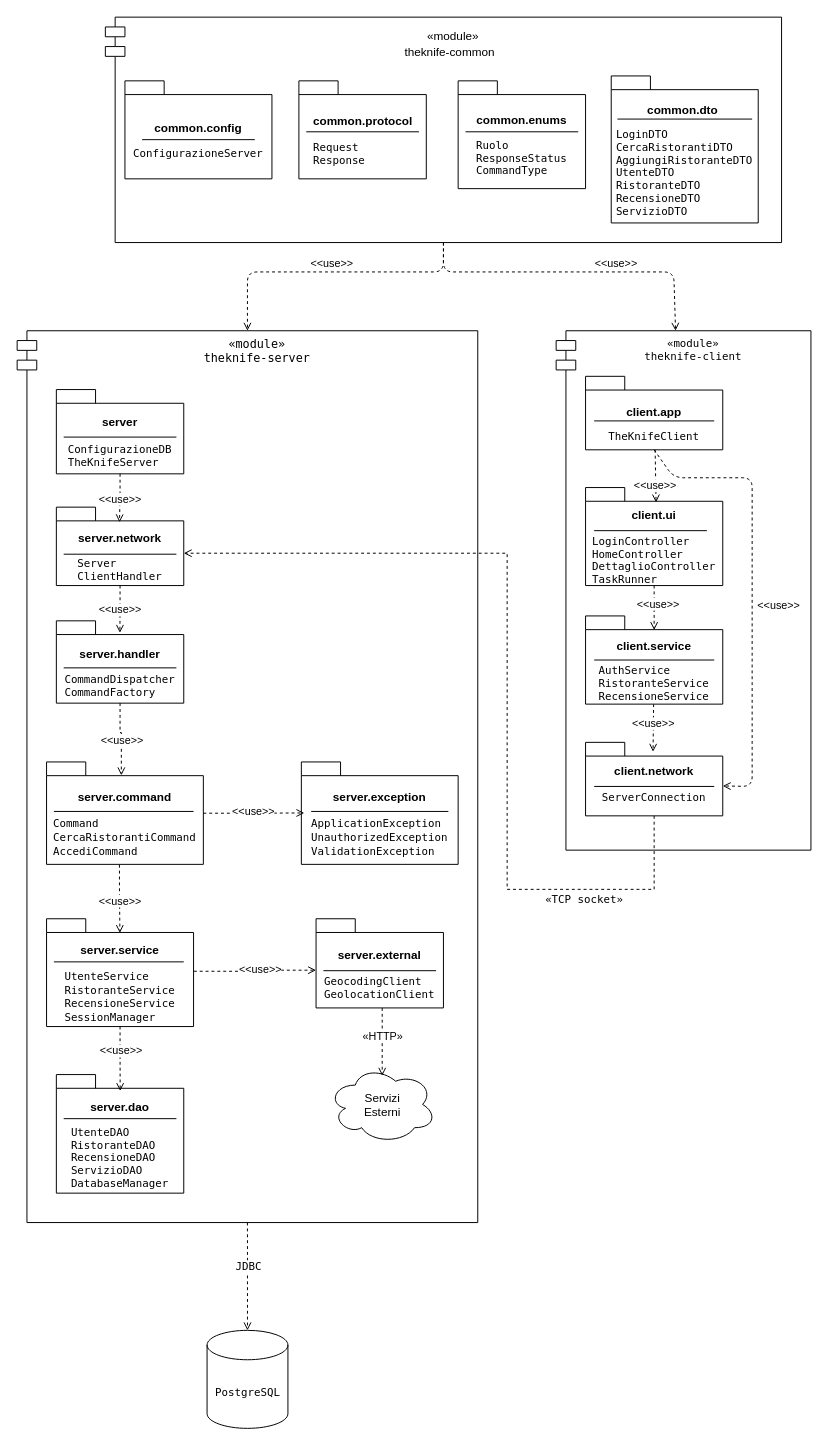
Earlier version of the draw.io diagram Progettazione/1_Doc. Conclusi/Diagrammi/PackageDiagram.drawio (FloshDev/TheKnife-B). Source tidied: cells renumbered, new cells numbered last; positions are measured from the earlier drawing's top-left corner, leaving out a move shared by most shapes. Both pictures are drawn from the tidied source at 98%, with x=0, y=0 at pixel (17, 17).
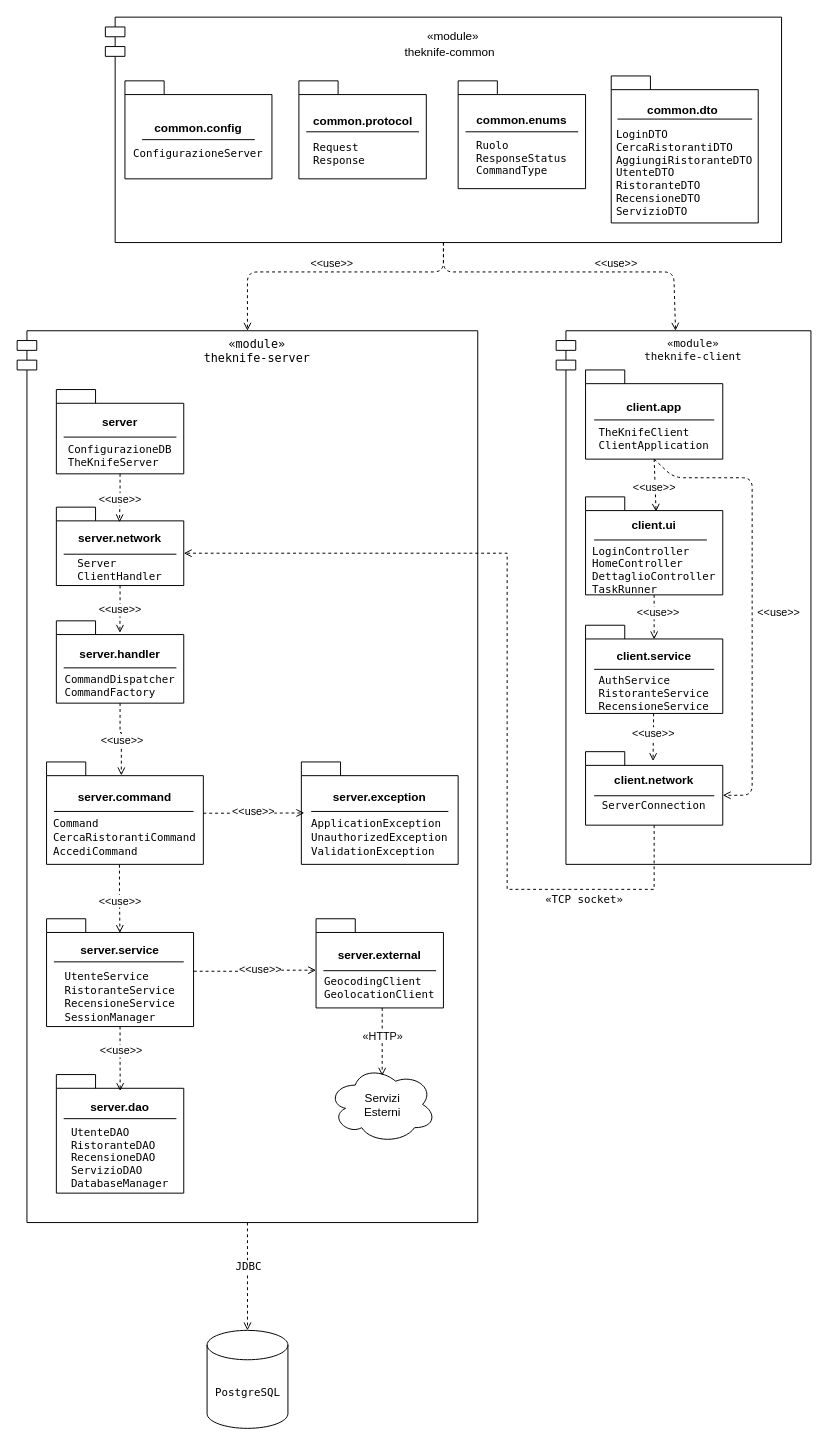
After the change.

Change to the diagram source:
```diff
@@
     <mxCell id="10" value="&lt;p class=&quot;p1&quot; style=&quot;margin: 0px; font-style: normal; font-variant: normal; font-size-adjust: none; font-language-override: normal; font-kerning: auto; font-optical-sizing: auto; font-feature-settings: normal; font-variation-settings: normal; font-stretch: normal; font-size: 11px; line-height: normal; font-family: Menlo;&quot;&gt;&lt;span class=&quot;s1&quot; style=&quot;font-variant-ligatures: no-common-ligatures;&quot;&gt;«module»&lt;/span&gt;&lt;/p&gt;&lt;p class=&quot;p1&quot; style=&quot;margin: 0px; font-style: normal; font-variant: normal; font-size-adjust: none; font-language-override: normal; font-kerning: auto; font-optical-sizing: auto; font-feature-settings: normal; font-variation-settings: normal; font-stretch: normal; font-size: 11px; line-height: normal; font-family: Menlo;&quot;&gt;&lt;span class=&quot;s1&quot; style=&quot;font-variant-ligatures: no-common-ligatures;&quot;&gt;theknife-client&lt;/span&gt;&lt;/p&gt;" style="shape=module;align=center;spacingLeft=20;align=center;verticalAlign=top;whiteSpace=wrap;html=1;fontFamily=Helvetica;fontSize=12;fontColor=default;fontStyle=0;" parent="1" vertex="1">
-      <mxGeometry x="550" y="320" width="260" height="530" as="geometry" />
+      <mxGeometry x="550" y="320" width="260" height="544.5" as="geometry" />
     </mxCell>
@@
     <mxCell id="13" value="&lt;p&gt;client.ui&lt;/p&gt;&lt;p class=&quot;p1&quot; style=&quot;margin: 0px; font: 400 11px Menlo; text-align: start;&quot;&gt;&lt;span class=&quot;s1&quot; style=&quot;font-variant-ligatures: no-common-ligatures;&quot;&gt;LoginController&lt;/span&gt;&lt;/p&gt;&lt;p class=&quot;p1&quot; style=&quot;margin: 0px; font: 400 11px Menlo; text-align: start;&quot;&gt;&lt;span class=&quot;s1&quot; style=&quot;font-variant-ligatures: no-common-ligatures;&quot;&gt;HomeController&lt;/span&gt;&lt;/p&gt;&lt;p class=&quot;p1&quot; style=&quot;margin: 0px; font: 400 11px Menlo; text-align: start;&quot;&gt;&lt;span class=&quot;s1&quot; style=&quot;font-variant-ligatures: no-common-ligatures;&quot;&gt;DettaglioController&lt;br&gt;TaskRunner&lt;/span&gt;&lt;/p&gt;" style="shape=folder;fontStyle=1;spacingTop=10;tabWidth=40;tabHeight=14;tabPosition=left;html=1;whiteSpace=wrap;" parent="1" vertex="1">
-      <mxGeometry x="580" y="480" width="140" height="100" as="geometry" />
+      <mxGeometry x="580" y="489.5" width="140" height="100" as="geometry" />
     </mxCell>
     <mxCell id="14" style="line;strokeWidth=1;fillColor=none;align=left;verticalAlign=middle;spacingTop=-1;spacingLeft=3;spacingRight=3;labelPosition=right;strokeColor=inherit;" parent="1" vertex="1">
-      <mxGeometry x="588.8" y="520" width="115" height="8" as="geometry" />
+      <mxGeometry x="588.8" y="529.5" width="115" height="8" as="geometry" />
     </mxCell>
@@
     <mxCell id="17" value="&lt;p&gt;client.service&lt;/p&gt;&lt;p class=&quot;p1&quot; style=&quot;margin: 0px; font: 400 11px Menlo; text-align: start;&quot;&gt;&lt;span class=&quot;s1&quot; style=&quot;font-variant-ligatures: no-common-ligatures;&quot;&gt;AuthService&lt;/span&gt;&lt;/p&gt;&lt;p class=&quot;p1&quot; style=&quot;margin: 0px; font: 400 11px Menlo; text-align: start;&quot;&gt;&lt;span class=&quot;s1&quot; style=&quot;font-variant-ligatures: no-common-ligatures;&quot;&gt;RistoranteService&lt;/span&gt;&lt;/p&gt;&lt;p class=&quot;p1&quot; style=&quot;margin: 0px; font: 400 11px Menlo; text-align: start;&quot;&gt;&lt;span style=&quot;font-variant-ligatures: no-common-ligatures; background-color: transparent; color: light-dark(rgb(0, 0, 0), rgb(255, 255, 255));&quot;&gt;RecensioneService&lt;/span&gt;&lt;/p&gt;" style="shape=folder;fontStyle=1;spacingTop=10;tabWidth=40;tabHeight=14;tabPosition=left;html=1;whiteSpace=wrap;" parent="1" vertex="1">
-      <mxGeometry x="580" y="611" width="140" height="90" as="geometry" />
+      <mxGeometry x="580" y="620.5" width="140" height="90" as="geometry" />
     </mxCell>
     <mxCell id="18" style="line;strokeWidth=1;fillColor=none;align=left;verticalAlign=middle;spacingTop=-1;spacingLeft=3;spacingRight=3;labelPosition=right;strokeColor=inherit;" parent="1" vertex="1">
-      <mxGeometry x="588.8" y="652" width="122.5" height="8" as="geometry" />
+      <mxGeometry x="588.8" y="661.5" width="122.5" height="8" as="geometry" />
     </mxCell>
     <mxCell id="19" value="&lt;p&gt;client.network&lt;/p&gt;&lt;p class=&quot;p1&quot; style=&quot;margin: 0px; font: 400 11px Menlo; text-align: start;&quot;&gt;&lt;span class=&quot;s1&quot; style=&quot;font-variant-ligatures: no-common-ligatures;&quot;&gt;ServerConnection&lt;br&gt;&lt;br&gt;&lt;/span&gt;&lt;/p&gt;" style="shape=folder;fontStyle=1;spacingTop=10;tabWidth=40;tabHeight=14;tabPosition=left;html=1;whiteSpace=wrap;" parent="1" vertex="1">
-      <mxGeometry x="580" y="740" width="140" height="75" as="geometry" />
+      <mxGeometry x="580" y="749.5" width="140" height="75" as="geometry" />
     </mxCell>
     <mxCell id="20" style="line;strokeWidth=1;fillColor=none;align=left;verticalAlign=middle;spacingTop=-1;spacingLeft=3;spacingRight=3;labelPosition=right;strokeColor=inherit;" parent="1" vertex="1">
-      <mxGeometry x="588.8" y="781" width="122.5" height="8" as="geometry" />
+      <mxGeometry x="588.8" y="790.5" width="122.5" height="8" as="geometry" />
     </mxCell>
@@
-    <mxCell id="23" value="&lt;p&gt;client.app&lt;/p&gt;&lt;p class=&quot;p1&quot; style=&quot;margin: 0px; font: 400 11px Menlo; text-align: start;&quot;&gt;&lt;span class=&quot;s1&quot; style=&quot;font-variant-ligatures: no-common-ligatures;&quot;&gt;TheKnifeClient&lt;/span&gt;&lt;/p&gt;" style="shape=folder;fontStyle=1;spacingTop=10;tabWidth=40;tabHeight=14;tabPosition=left;html=1;whiteSpace=wrap;" parent="1" vertex="1">
-      <mxGeometry x="580" y="366.5" width="140" height="75" as="geometry" />
+    <mxCell id="23" value="&lt;p&gt;client.app&lt;/p&gt;&lt;p class=&quot;p1&quot; style=&quot;margin: 0px; font: 400 11px Menlo; text-align: start;&quot;&gt;&lt;span class=&quot;s1&quot; style=&quot;font-variant-ligatures: no-common-ligatures;&quot;&gt;TheKnifeClient&lt;br&gt;ClientApplication&lt;/span&gt;&lt;/p&gt;" style="shape=folder;fontStyle=1;spacingTop=10;tabWidth=40;tabHeight=14;tabPosition=left;html=1;whiteSpace=wrap;" parent="1" vertex="1">
+      <mxGeometry x="580" y="360" width="140" height="91" as="geometry" />
     </mxCell>
     <mxCell id="24" style="line;strokeWidth=1;fillColor=none;align=left;verticalAlign=middle;spacingTop=-1;spacingLeft=3;spacingRight=3;labelPosition=right;strokeColor=inherit;" parent="1" vertex="1">
-      <mxGeometry x="588.8" y="408" width="122.5" height="8" as="geometry" />
+      <mxGeometry x="588.8" y="407" width="122.5" height="8" as="geometry" />
     </mxCell>
-    <mxCell id="25" style="dashed=1;endArrow=open;endFill=0;exitX=0.5;exitY=1;exitDx=0;exitDy=0;exitPerimeter=0;entryX=0.514;entryY=0.152;entryDx=0;entryDy=0;entryPerimeter=0;" parent="1" edge="1" target="13">
-      <mxGeometry relative="1" as="geometry">
-        <mxPoint x="651" y="441.5" as="sourcePoint" />
-      </mxGeometry>
+    <mxCell id="25" style="dashed=1;endArrow=open;endFill=0;exitX=0.5;exitY=1;exitDx=0;exitDy=0;exitPerimeter=0;entryX=0.514;entryY=0.152;entryDx=0;entryDy=0;entryPerimeter=0;" parent="1" edge="1" source="23" target="13">
+      <mxGeometry relative="1" as="geometry" />
     </mxCell>
     <mxCell id="26" value="&amp;lt;&amp;lt;use&amp;gt;&amp;gt;" style="edgeLabel;html=1;align=center;verticalAlign=middle;" parent="25" vertex="1">
       <mxGeometry x="-0.22" y="3" relative="1" as="geometry">
-        <mxPoint x="-4" y="15" as="offset" />
+        <mxPoint x="-4" y="8" as="offset" />
       </mxGeometry>
     </mxCell>
     <mxCell id="27" style="dashed=1;endArrow=open;endFill=0;exitX=0.5;exitY=1;exitDx=0;exitDy=0;exitPerimeter=0;entryX=0;entryY=0;entryDx=140;entryDy=44.5;entryPerimeter=0;" parent="1" edge="1" source="23" target="19">
       <mxGeometry relative="1" as="geometry">
         <Array as="points">
           <mxPoint x="670" y="470" />
           <mxPoint x="716" y="470" />
           <mxPoint x="750" y="470" />
-          <mxPoint x="750" y="785" />
+          <mxPoint x="750" y="794" />
         </Array>
       </mxGeometry>
     </mxCell>
```
